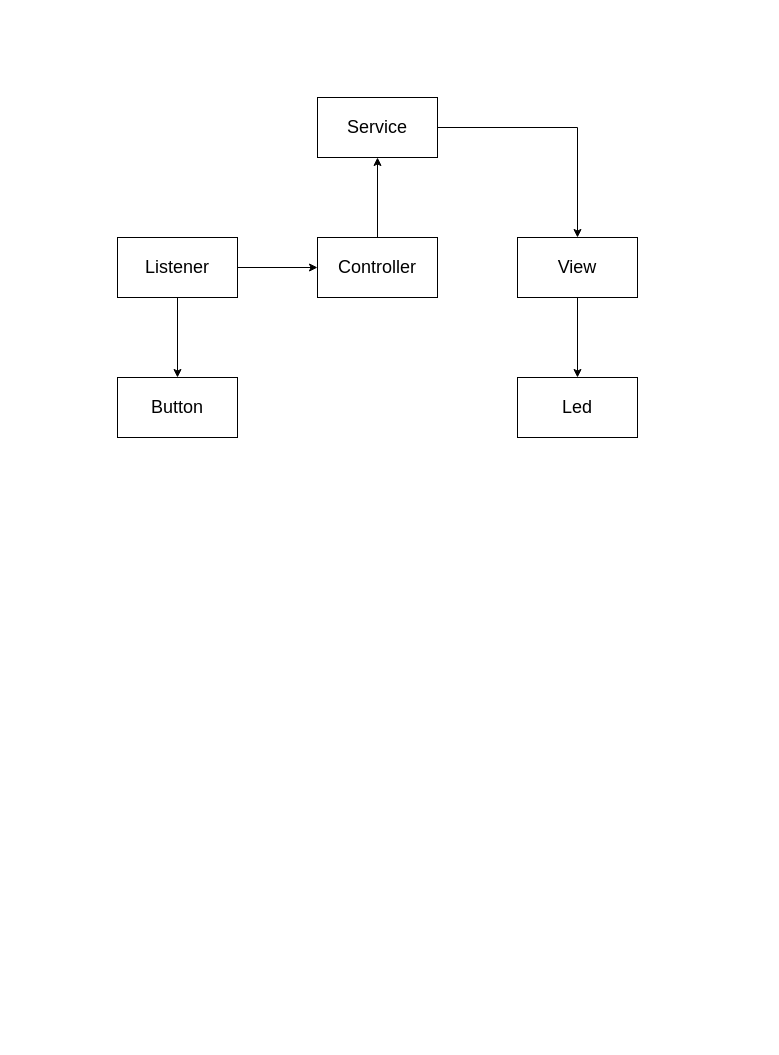
The draw.io diagram page "페이지-1" (1 of 2) of sw_design/architecture.drawio in ena-log/StandLight_Clock, before the edit. Source tidied: cells renumbered, new cells numbered last; positions are measured from the earlier drawing's top-left corner, leaving out a move shared by most shapes. Both pictures are drawn from the tidied source at 100%, with x=0, y=0 at pixel (117, 97).
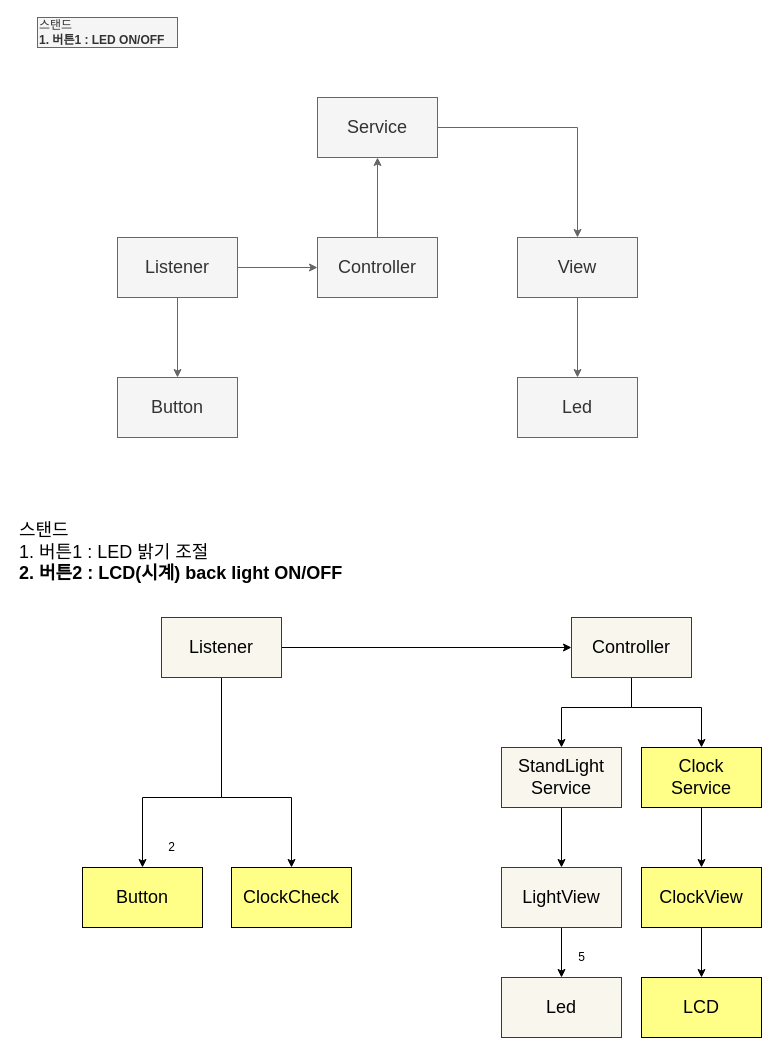
After the change.

Diff of the diagram source:
```diff
@@
-<mxGraphModel>
+<mxGraphModel background="#ffffff">
@@
-    <mxCell id="2" value="Button" style="whiteSpace=wrap;html=1;fontSize=18;" parent="1" vertex="1">
+    <mxCell id="2" value="Button" style="whiteSpace=wrap;html=1;fontSize=18;strokeColor=#666666;fontColor=#333333;fillColor=#f5f5f5;" parent="1" vertex="1">
       <mxGeometry y="280" width="120" height="60" as="geometry" />
     </mxCell>
-    <mxCell id="3" style="edgeStyle=none;html=1;fontSize=18;" parent="1" edge="1" source="5" target="2">
+    <mxCell id="3" style="edgeStyle=none;html=1;fontSize=18;strokeColor=#666666;fontColor=#000000;fillColor=#f5f5f5;" parent="1" edge="1" source="5" target="2">
       <mxGeometry relative="1" as="geometry" />
     </mxCell>
-    <mxCell id="4" style="edgeStyle=none;html=1;fontSize=18;" parent="1" edge="1" source="5" target="7">
+    <mxCell id="4" style="edgeStyle=none;html=1;fontSize=18;strokeColor=#666666;fontColor=#000000;fillColor=#f5f5f5;" parent="1" edge="1" source="5" target="7">
       <mxGeometry relative="1" as="geometry" />
     </mxCell>
-    <mxCell id="5" value="Listener" style="whiteSpace=wrap;html=1;fontSize=18;" parent="1" vertex="1">
+    <mxCell id="5" value="Listener" style="whiteSpace=wrap;html=1;fontSize=18;strokeColor=#666666;fontColor=#333333;fillColor=#f5f5f5;" parent="1" vertex="1">
       <mxGeometry y="140" width="120" height="60" as="geometry" />
     </mxCell>
-    <mxCell id="6" style="edgeStyle=none;html=1;fontSize=18;" parent="1" edge="1" source="7" target="12">
+    <mxCell id="6" style="edgeStyle=none;html=1;fontSize=18;strokeColor=#666666;fontColor=#000000;fillColor=#f5f5f5;" parent="1" edge="1" source="7" target="12">
       <mxGeometry relative="1" as="geometry" />
     </mxCell>
-    <mxCell id="7" value="Controller" style="whiteSpace=wrap;html=1;fontSize=18;" parent="1" vertex="1">
+    <mxCell id="7" value="Controller" style="whiteSpace=wrap;html=1;fontSize=18;strokeColor=#666666;fontColor=#333333;fillColor=#f5f5f5;" parent="1" vertex="1">
       <mxGeometry x="200" y="140" width="120" height="60" as="geometry" />
     </mxCell>
-    <mxCell id="8" style="edgeStyle=none;html=1;fontSize=18;" parent="1" edge="1" source="9" target="10">
+    <mxCell id="8" style="edgeStyle=none;html=1;fontSize=18;strokeColor=#666666;fontColor=#000000;fillColor=#f5f5f5;" parent="1" edge="1" source="9" target="10">
       <mxGeometry relative="1" as="geometry" />
     </mxCell>
-    <mxCell id="9" value="View" style="whiteSpace=wrap;html=1;fontSize=18;" parent="1" vertex="1">
+    <mxCell id="9" value="View" style="whiteSpace=wrap;html=1;fontSize=18;strokeColor=#666666;fontColor=#333333;fillColor=#f5f5f5;" parent="1" vertex="1">
       <mxGeometry x="400" y="140" width="120" height="60" as="geometry" />
     </mxCell>
-    <mxCell id="10" value="Led" style="whiteSpace=wrap;html=1;fontSize=18;" parent="1" vertex="1">
+    <mxCell id="10" value="Led" style="whiteSpace=wrap;html=1;fontSize=18;strokeColor=#666666;fontColor=#333333;fillColor=#f5f5f5;" parent="1" vertex="1">
       <mxGeometry x="400" y="280" width="120" height="60" as="geometry" />
     </mxCell>
-    <mxCell id="11" style="edgeStyle=orthogonalEdgeStyle;html=1;exitX=1;exitY=0.5;exitDx=0;exitDy=0;entryX=0.5;entryY=0;entryDx=0;entryDy=0;fontSize=18;rounded=0;" parent="1" edge="1" source="12" target="9">
+    <mxCell id="11" style="edgeStyle=orthogonalEdgeStyle;html=1;exitX=1;exitY=0.5;exitDx=0;exitDy=0;entryX=0.5;entryY=0;entryDx=0;entryDy=0;fontSize=18;rounded=0;strokeColor=#666666;fontColor=#000000;fillColor=#f5f5f5;" parent="1" edge="1" source="12" target="9">
       <mxGeometry relative="1" as="geometry" />
     </mxCell>
-    <mxCell id="12" value="Service" style="whiteSpace=wrap;html=1;fontSize=18;" parent="1" vertex="1">
+    <mxCell id="12" value="Service" style="whiteSpace=wrap;html=1;fontSize=18;strokeColor=#666666;fontColor=#333333;fillColor=#f5f5f5;" parent="1" vertex="1">
       <mxGeometry x="200" width="120" height="60" as="geometry" />
     </mxCell>
+    <mxCell id="13" value="Button" style="whiteSpace=wrap;html=1;fontSize=18;fillColor=#ffff88;strokeColor=#000000;fontColor=#000000;" parent="1" vertex="1">
+      <mxGeometry x="-35" y="770" width="120" height="60" as="geometry" />
+    </mxCell>
+    <mxCell id="14" style="edgeStyle=none;html=1;fontSize=18;entryX=0.5;entryY=0;entryDx=0;entryDy=0;rounded=0;fontColor=#000000;strokeColor=#000000;" parent="1" edge="1" source="17" target="13">
+      <mxGeometry relative="1" as="geometry">
+        <Array as="points">
+          <mxPoint x="104" y="700" />
+          <mxPoint x="25" y="700" />
+        </Array>
+      </mxGeometry>
+    </mxCell>
+    <mxCell id="15" style="edgeStyle=none;html=1;fontSize=18;strokeColor=#000000;" parent="1" edge="1" source="17" target="20">
+      <mxGeometry relative="1" as="geometry" />
+    </mxCell>
+    <mxCell id="16" style="edgeStyle=none;rounded=0;html=1;entryX=0.5;entryY=0;entryDx=0;entryDy=0;exitX=0.5;exitY=1;exitDx=0;exitDy=0;fontColor=#000000;strokeColor=#000000;" parent="1" edge="1" source="17" target="33">
+      <mxGeometry relative="1" as="geometry">
+        <Array as="points">
+          <mxPoint x="104" y="700" />
+          <mxPoint x="174" y="700" />
+        </Array>
+      </mxGeometry>
+    </mxCell>
+    <mxCell id="17" value="Listener" style="whiteSpace=wrap;html=1;fontSize=18;strokeColor=#36393d;fillColor=#f9f7ed;fontColor=#000000;" parent="1" vertex="1">
+      <mxGeometry x="44" y="520" width="120" height="60" as="geometry" />
+    </mxCell>
+    <mxCell id="18" style="edgeStyle=none;html=1;entryX=0.5;entryY=0;entryDx=0;entryDy=0;rounded=0;strokeColor=#000000;" parent="1" edge="1" source="20" target="25">
+      <mxGeometry relative="1" as="geometry">
+        <Array as="points">
+          <mxPoint x="514" y="610" />
+          <mxPoint x="444" y="610" />
+        </Array>
+      </mxGeometry>
+    </mxCell>
+    <mxCell id="19" style="edgeStyle=none;rounded=0;html=1;entryX=0.5;entryY=0;entryDx=0;entryDy=0;strokeColor=#000000;" parent="1" edge="1" source="20" target="27">
+      <mxGeometry relative="1" as="geometry">
+        <Array as="points">
+          <mxPoint x="514" y="610" />
+          <mxPoint x="584" y="610" />
+        </Array>
+      </mxGeometry>
+    </mxCell>
+    <mxCell id="20" value="Controller" style="whiteSpace=wrap;html=1;fontSize=18;strokeColor=#36393d;fillColor=#f9f7ed;fontColor=#000000;" parent="1" vertex="1">
+      <mxGeometry x="454" y="520" width="120" height="60" as="geometry" />
+    </mxCell>
+    <mxCell id="21" style="edgeStyle=none;html=1;fontSize=18;strokeColor=#000000;" parent="1" edge="1" source="22" target="23">
+      <mxGeometry relative="1" as="geometry" />
+    </mxCell>
+    <mxCell id="22" value="LightView" style="whiteSpace=wrap;html=1;fontSize=18;strokeColor=#36393d;fillColor=#f9f7ed;fontColor=#000000;" parent="1" vertex="1">
+      <mxGeometry x="384" y="770" width="120" height="60" as="geometry" />
+    </mxCell>
+    <mxCell id="23" value="Led" style="whiteSpace=wrap;html=1;fontSize=18;strokeColor=#36393d;fillColor=#f9f7ed;fontColor=#000000;" parent="1" vertex="1">
+      <mxGeometry x="384" y="880" width="120" height="60" as="geometry" />
+    </mxCell>
+    <mxCell id="24" style="edgeStyle=none;html=1;strokeColor=#000000;" parent="1" edge="1" source="25" target="22">
+      <mxGeometry relative="1" as="geometry" />
+    </mxCell>
+    <mxCell id="25" value="StandLight&lt;br&gt;Service" style="whiteSpace=wrap;html=1;fontSize=18;strokeColor=#36393d;fillColor=#f9f7ed;fontColor=#000000;" parent="1" vertex="1">
+      <mxGeometry x="384" y="650" width="120" height="60" as="geometry" />
+    </mxCell>
+    <mxCell id="26" style="edgeStyle=none;html=1;strokeColor=#000000;" parent="1" edge="1" source="27" target="29">
+      <mxGeometry relative="1" as="geometry" />
+    </mxCell>
+    <mxCell id="27" value="Clock&lt;br&gt;Service" style="whiteSpace=wrap;html=1;fontSize=18;fillColor=#ffff88;strokeColor=#000000;fontColor=#000000;" parent="1" vertex="1">
+      <mxGeometry x="524" y="650" width="120" height="60" as="geometry" />
+    </mxCell>
+    <mxCell id="28" style="edgeStyle=none;html=1;strokeColor=#000000;" parent="1" edge="1" source="29" target="30">
+      <mxGeometry relative="1" as="geometry" />
+    </mxCell>
+    <mxCell id="29" value="ClockView" style="whiteSpace=wrap;html=1;fontSize=18;fillColor=#ffff88;strokeColor=#000000;fontColor=#000000;" parent="1" vertex="1">
+      <mxGeometry x="524" y="770" width="120" height="60" as="geometry" />
+    </mxCell>
+    <mxCell id="30" value="LCD" style="whiteSpace=wrap;html=1;fontSize=18;fillColor=#ffff88;strokeColor=#000000;fontColor=#000000;" parent="1" vertex="1">
+      <mxGeometry x="524" y="880" width="120" height="60" as="geometry" />
+    </mxCell>
+    <mxCell id="31" value="5" style="text;html=1;align=center;verticalAlign=middle;fillColor=none;rounded=0;fontColor=#000000;" parent="1" vertex="1">
+      <mxGeometry x="454" y="850" width="20" height="20" as="geometry" />
+    </mxCell>
+    <mxCell id="32" value="2" style="text;html=1;align=center;verticalAlign=middle;fillColor=none;rounded=0;fontColor=#000000;" parent="1" vertex="1">
+      <mxGeometry x="44" y="740" width="20" height="20" as="geometry" />
+    </mxCell>
+    <mxCell id="33" value="ClockCheck" style="whiteSpace=wrap;html=1;fontSize=18;fillColor=#ffff88;strokeColor=#000000;fontColor=#000000;" parent="1" vertex="1">
+      <mxGeometry x="114" y="770" width="120" height="60" as="geometry" />
+    </mxCell>
+    <mxCell id="34" value="&lt;font style=&quot;font-size: 18px&quot;&gt;스탠드&lt;br&gt;1. 버튼1 : LED 밝기 조절&lt;br&gt;&lt;b&gt;2. 버튼2 : LCD(시계) back light ON/OFF&lt;/b&gt;&lt;/font&gt;" style="text;html=1;align=left;verticalAlign=middle;fillColor=none;strokeColor=none;rounded=0;fontColor=#000000;" parent="1" vertex="1">
+      <mxGeometry x="-100" y="430" width="340" height="50" as="geometry" />
+    </mxCell>
+    <mxCell id="35" value="스탠드&lt;br&gt;&lt;b&gt;1. 버튼1 : LED ON/OFF&lt;/b&gt;" style="text;html=1;align=left;verticalAlign=middle;fillColor=#f5f5f5;strokeColor=#666666;rounded=0;fontColor=#333333;" parent="1" vertex="1">
+      <mxGeometry x="-80" y="-80" width="140" height="30" as="geometry" />
+    </mxCell>
```
